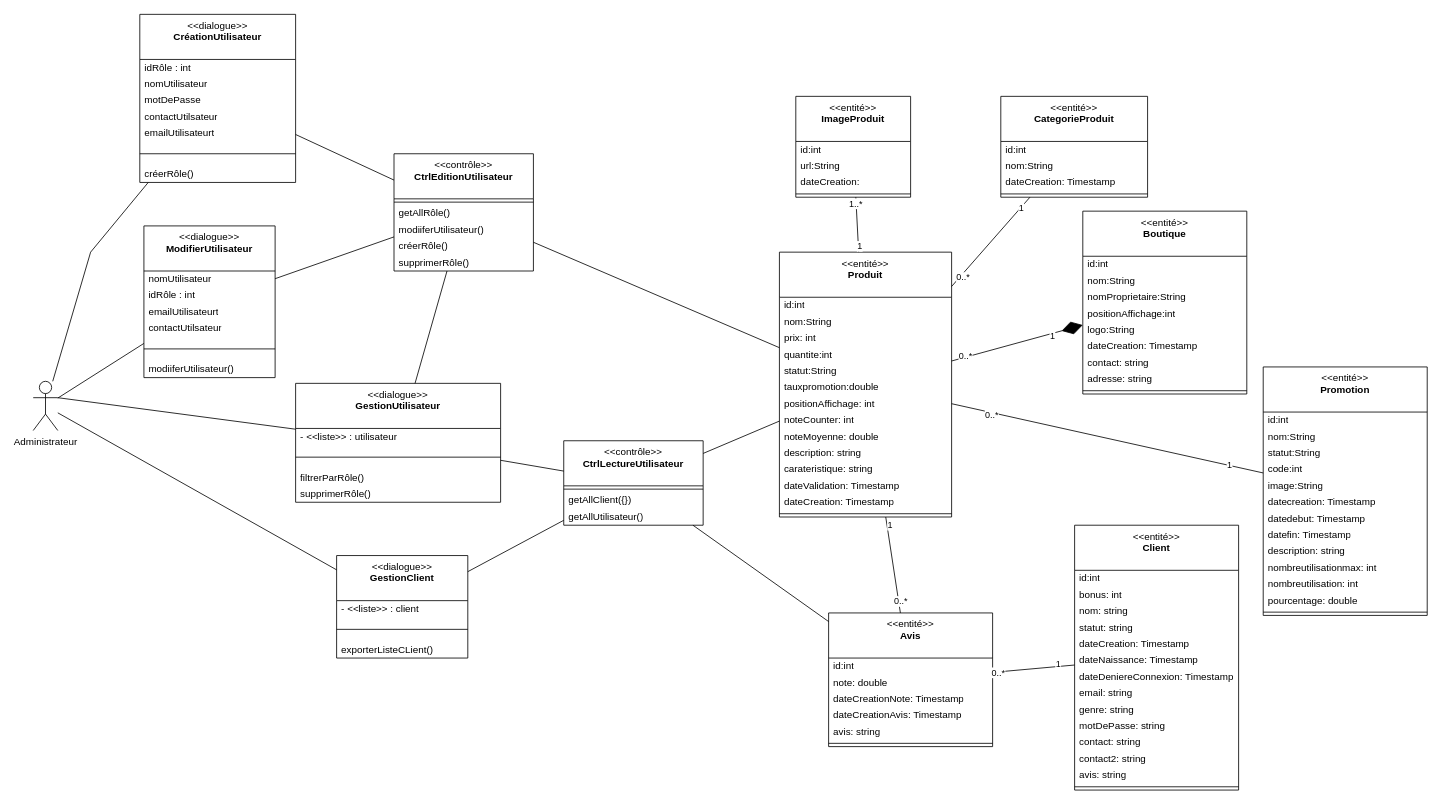
Before: page "DCP-2-GESTION-DES-UTLISATEURS" (9 of 9) of Diagramme cas d'utiilisation katina.drawio in kbvac/Diagramme-UML, a draw.io diagram. Source tidied: cells renumbered, new cells numbered last; positions are measured from the earlier drawing's top-left corner, leaving out a move shared by most shapes. Both pictures are drawn from the tidied source at 82%, with x=0, y=0 at pixel (33, 14).
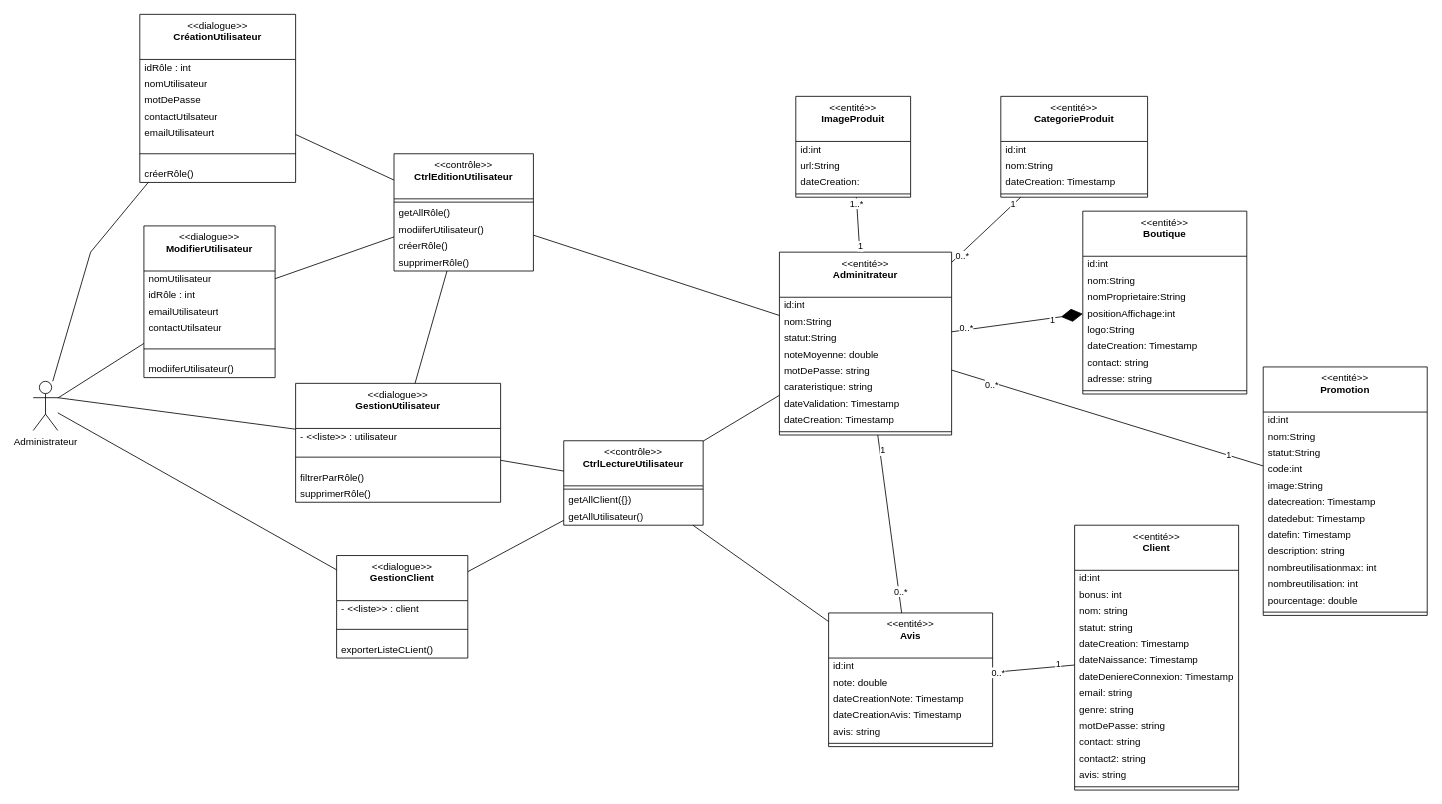
The same diagram, later.

Commit message (it also covers changes not shown here):
Mettre à jour Diagramme cas d'utiilisation katina.drawio

Change to the diagram source:
```diff
@@
-    <mxCell id="32" value="&amp;lt;&amp;lt;entité&amp;gt;&amp;gt;&lt;br&gt;&lt;b&gt;Produit&lt;/b&gt;" style="swimlane;fontStyle=0;align=center;verticalAlign=top;horizontal=1;startSize=55;html=1;whiteSpace=wrap;" parent="1" vertex="1">
-      <mxGeometry x="910" y="290" width="210" height="323" as="geometry" />
+    <mxCell id="32" value="&amp;lt;&amp;lt;entité&amp;gt;&amp;gt;&lt;br&gt;&lt;b&gt;Adminitrateur&lt;/b&gt;" style="swimlane;fontStyle=0;align=center;verticalAlign=top;horizontal=1;startSize=55;html=1;whiteSpace=wrap;" parent="1" vertex="1">
+      <mxGeometry x="910" y="290" width="210" height="223" as="geometry" />
     </mxCell>
@@
-    <mxCell id="35" value="prix: int" style="text;html=1;strokeColor=none;fillColor=none;align=left;verticalAlign=middle;spacingLeft=4;spacingRight=4;overflow=hidden;whiteSpace=wrap;" parent="32" vertex="1">
-      <mxGeometry y="95" width="210" height="20" as="geometry" />
-    </mxCell>
-    <mxCell id="36" value="quantite:int" style="text;html=1;strokeColor=none;fillColor=none;align=left;verticalAlign=middle;spacingLeft=4;spacingRight=4;overflow=hidden;whiteSpace=wrap;" parent="32" vertex="1">
-      <mxGeometry y="115" width="210" height="20" as="geometry" />
-    </mxCell>
     <mxCell id="37" value="statut:String" style="text;html=1;strokeColor=none;fillColor=none;align=left;verticalAlign=middle;spacingLeft=4;spacingRight=4;overflow=hidden;whiteSpace=wrap;" parent="32" vertex="1">
-      <mxGeometry y="135" width="210" height="20" as="geometry" />
+      <mxGeometry y="95" width="210" height="20" as="geometry" />
     </mxCell>
-    <mxCell id="38" value="tauxpromotion:double" style="text;html=1;strokeColor=none;fillColor=none;align=left;verticalAlign=middle;spacingLeft=4;spacingRight=4;overflow=hidden;whiteSpace=wrap;" parent="32" vertex="1">
-      <mxGeometry y="155" width="210" height="20" as="geometry" />
-    </mxCell>
-    <mxCell id="39" value="positionAffichage: int" style="text;html=1;strokeColor=none;fillColor=none;align=left;verticalAlign=middle;spacingLeft=4;spacingRight=4;overflow=hidden;whiteSpace=wrap;" parent="32" vertex="1">
-      <mxGeometry y="175" width="210" height="20" as="geometry" />
-    </mxCell>
-    <mxCell id="40" value="noteCounter: int" style="text;html=1;strokeColor=none;fillColor=none;align=left;verticalAlign=middle;spacingLeft=4;spacingRight=4;overflow=hidden;whiteSpace=wrap;" parent="32" vertex="1">
-      <mxGeometry y="195" width="210" height="20" as="geometry" />
-    </mxCell>
     <mxCell id="41" value="noteMoyenne: double" style="text;html=1;strokeColor=none;fillColor=none;align=left;verticalAlign=middle;spacingLeft=4;spacingRight=4;overflow=hidden;whiteSpace=wrap;" parent="32" vertex="1">
-      <mxGeometry y="215" width="210" height="20" as="geometry" />
+      <mxGeometry y="115" width="210" height="20" as="geometry" />
     </mxCell>
-    <mxCell id="42" value="description: string" style="text;html=1;strokeColor=none;fillColor=none;align=left;verticalAlign=middle;spacingLeft=4;spacingRight=4;overflow=hidden;whiteSpace=wrap;" parent="32" vertex="1">
-      <mxGeometry y="235" width="210" height="20" as="geometry" />
+    <mxCell id="42" value="motDePasse: string" style="text;html=1;strokeColor=none;fillColor=none;align=left;verticalAlign=middle;spacingLeft=4;spacingRight=4;overflow=hidden;whiteSpace=wrap;" parent="32" vertex="1">
+      <mxGeometry y="135" width="210" height="20" as="geometry" />
     </mxCell>
     <mxCell id="43" value="carateristique: string" style="text;html=1;strokeColor=none;fillColor=none;align=left;verticalAlign=middle;spacingLeft=4;spacingRight=4;overflow=hidden;whiteSpace=wrap;" parent="32" vertex="1">
-      <mxGeometry y="255" width="210" height="20" as="geometry" />
+      <mxGeometry y="155" width="210" height="20" as="geometry" />
     </mxCell>
     <mxCell id="44" value="dateValidation: Timestamp" style="text;html=1;strokeColor=none;fillColor=none;align=left;verticalAlign=middle;spacingLeft=4;spacingRight=4;overflow=hidden;whiteSpace=wrap;" parent="32" vertex="1">
-      <mxGeometry y="275" width="210" height="20" as="geometry" />
+      <mxGeometry y="175" width="210" height="20" as="geometry" />
     </mxCell>
     <mxCell id="45" value="dateCreation: Timestamp" style="text;html=1;strokeColor=none;fillColor=none;align=left;verticalAlign=middle;spacingLeft=4;spacingRight=4;overflow=hidden;whiteSpace=wrap;" parent="32" vertex="1">
-      <mxGeometry y="295" width="210" height="20" as="geometry" />
+      <mxGeometry y="195" width="210" height="20" as="geometry" />
     </mxCell>
     <mxCell id="46" style="line;strokeWidth=1;fillColor=none;align=left;verticalAlign=middle;spacingTop=-1;spacingLeft=3;spacingRight=3;labelPosition=right;" parent="32" vertex="1">
-      <mxGeometry y="315" width="210" height="8" as="geometry" />
+      <mxGeometry y="215" width="210" height="8" as="geometry" />
     </mxCell>
```
